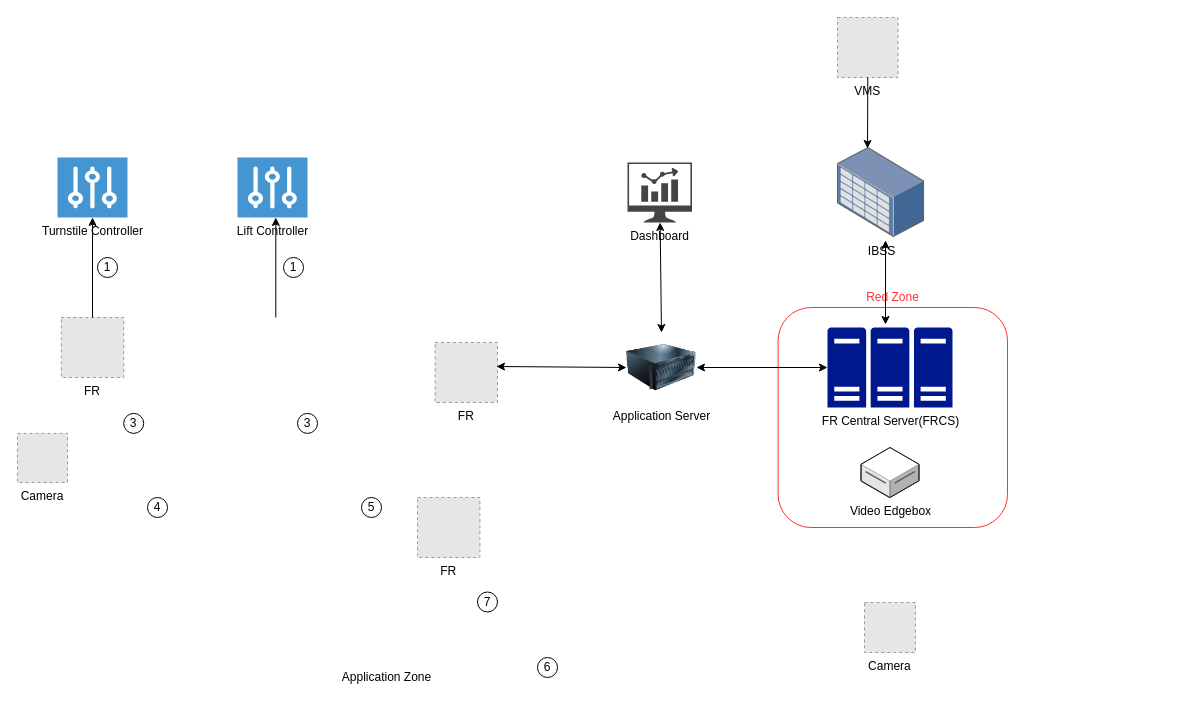
Above: MAS_framework_dataflow.drawio in frankyzf/drawio (draw.io), before the change. Source tidied: cells renumbered, new cells numbered last; positions are measured from the earlier drawing's top-left corner, leaving out a move shared by most shapes. Both pictures are drawn from the tidied source at 100%, with x=0, y=0 at pixel (17, 17). Pictures stored in the file or linked from it are replaced by grey dashed boxes.
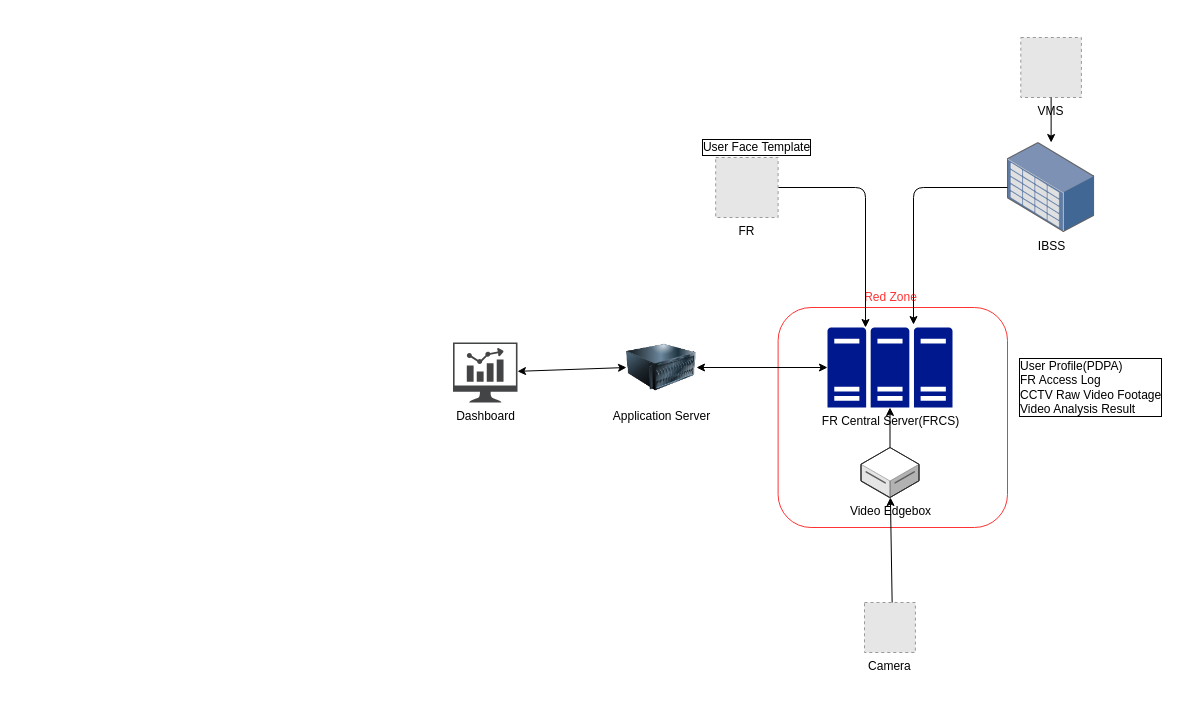
Above is the later version.

The change refers to these unchanged cells:
```xml
<mxCell id="11" value="FR Central Server(FRCS)" style="shadow=0;dashed=0;html=1;strokeColor=none;labelPosition=center;verticalLabelPosition=bottom;verticalAlign=top;align=center;fillColor=#00188D;shape=mxgraph.mscae.enterprise.server_farm;" parent="1" vertex="1">
  <mxGeometry x="810" y="310" width="125" height="80" as="geometry" />
</mxCell>
<mxCell id="14" value="Video Edgebox" style="verticalLabelPosition=bottom;html=1;verticalAlign=top;strokeWidth=1;align=center;outlineConnect=0;dashed=0;outlineConnect=0;shape=mxgraph.aws3d.dataServer;strokeColor=#5E5E5E;" parent="1" vertex="1">
  <mxGeometry x="843.5" y="430" width="58" height="50" as="geometry" />
</mxCell>
<mxCell id="17" value="Application Server" style="image;html=1;labelBackgroundColor=#ffffff;image=img/lib/clip_art/computers/Server_128x128.png;" parent="1" vertex="1">
  <mxGeometry x="609" y="315" width="70" height="70" as="geometry" />
</mxCell>
```

What changed in the source:
```diff
@@
-    <mxCell id="3" value="Lift Controller" style="shadow=0;dashed=0;html=1;strokeColor=none;fillColor=#4495D1;labelPosition=center;verticalLabelPosition=bottom;verticalAlign=top;align=center;shape=mxgraph.veeam.controller;" parent="1" vertex="1">
-      <mxGeometry x="220" y="140" width="70" height="60" as="geometry" />
-    </mxCell>
-    <mxCell id="4" value="Turnstile Controller" style="shadow=0;dashed=0;html=1;strokeColor=none;fillColor=#4495D1;labelPosition=center;verticalLabelPosition=bottom;verticalAlign=top;align=center;outlineConnect=0;shape=mxgraph.veeam.controller;" parent="1" vertex="1">
-      <mxGeometry x="40" y="140" width="70" height="60" as="geometry" />
-    </mxCell>
-    <mxCell id="5" value="FR" style="fillColor=#E6E6E6;strokeColor=#999999;dashed=1;verticalLabelPosition=bottom;labelBackgroundColor=#ffffff;verticalAlign=top;" parent="1" vertex="1">
-      <mxGeometry x="43.8" y="300" width="62.4" height="60" as="geometry" />
-    </mxCell>
-    <mxCell id="6" value="FR" style="fillColor=#E6E6E6;strokeColor=#999999;dashed=1;verticalLabelPosition=bottom;labelBackgroundColor=#ffffff;verticalAlign=top;" parent="1" vertex="1">
-      <mxGeometry x="417.6" y="325" width="62.4" height="60" as="geometry" />
-    </mxCell>
-    <mxCell id="7" value="FR" style="fillColor=#E6E6E6;strokeColor=#999999;dashed=1;verticalLabelPosition=bottom;labelBackgroundColor=#ffffff;verticalAlign=top;" parent="1" vertex="1">
-      <mxGeometry x="400" y="480" width="62.4" height="60" as="geometry" />
-    </mxCell>
     <mxCell id="8" value="IBSS" style="points=[];html=1;align=center;shadow=0;dashed=0;image;image=img/lib/allied_telesis/storage/Datacenter_Server_Storage_Unit_Large.svg;" parent="1" vertex="1">
-      <mxGeometry x="820" y="130" width="87.3" height="90" as="geometry" />
+      <mxGeometry x="990" y="125" width="87.3" height="90" as="geometry" />
     </mxCell>
-    <mxCell id="9" style="endArrow=classic;html=1;exitX=0.5;exitY=0;exitDx=0;exitDy=0;" parent="1" edge="1" source="5" target="4">
+    <mxCell id="9" style="endArrow=classic;html=1;entryX=0.5;entryY=1;entryDx=0;entryDy=0;entryPerimeter=0;" parent="1" edge="1" source="14" target="11">
       <mxGeometry relative="1" as="geometry" />
     </mxCell>
-    <mxCell id="10" style="endArrow=classic;html=1;exitX=0.5;exitY=0;exitDx=0;exitDy=0;" parent="1" edge="1">
+    <mxCell id="10" style="endArrow=classic;html=1;exitX=0.5;exitY=0;exitDx=0;exitDy=0;" parent="1" edge="1" target="14">
       <mxGeometry relative="1" as="geometry">
-        <mxPoint x="258.3" y="300" as="sourcePoint" />
-        <mxPoint x="258.3" y="200" as="targetPoint" />
+        <mxPoint x="874.8" y="594.5" as="sourcePoint" />
       </mxGeometry>
     </mxCell>
@@
-    <mxCell id="12" value="Camera" style="fillColor=#E6E6E6;strokeColor=#999999;dashed=1;verticalLabelPosition=bottom;labelBackgroundColor=#ffffff;verticalAlign=top;" parent="1" vertex="1">
-      <mxGeometry y="415.9" width="50" height="49.1" as="geometry" />
-    </mxCell>
@@
     <mxCell id="15" value="VMS" style="fillColor=#E6E6E6;strokeColor=#999999;dashed=1;verticalLabelPosition=bottom;labelBackgroundColor=#ffffff;verticalAlign=top;" parent="1" vertex="1">
-      <mxGeometry x="820" width="60.6" height="60" as="geometry" />
+      <mxGeometry x="1003.3" y="20" width="60.6" height="60" as="geometry" />
     </mxCell>
-    <mxCell id="16" style="endArrow=classic;html=1;exitX=0.5;exitY=1;exitDx=0;exitDy=0;entryX=0.344;entryY=0.011;entryDx=0;entryDy=0;entryPerimeter=0;" parent="1" edge="1" source="15" target="8">
+    <mxCell id="16" style="endArrow=classic;html=1;" parent="1" edge="1" source="15" target="8">
       <mxGeometry relative="1" as="geometry" />
     </mxCell>
@@
     <mxCell id="19" value="Dashboard" style="shadow=0;dashed=0;html=1;strokeColor=none;fillColor=#434445;labelPosition=center;verticalLabelPosition=bottom;verticalAlign=top;align=center;outlineConnect=0;shape=mxgraph.vvd.nsx_dashboard;" parent="1" vertex="1">
-      <mxGeometry x="610" y="145" width="64.5" height="60" as="geometry" />
+      <mxGeometry x="435.5" y="325" width="64.5" height="60" as="geometry" />
     </mxCell>
     <mxCell id="20" value="Red Zone" style="text;html=1;align=center;verticalAlign=middle;fontColor=#FF3333;" parent="1" vertex="1">
-      <mxGeometry x="840.3" y="270" width="70" height="20" as="geometry" />
+      <mxGeometry x="837.5" y="270" width="70" height="20" as="geometry" />
     </mxCell>
-    <mxCell id="21" value="Application Zone" style="text;html=1;align=center;verticalAlign=middle;" parent="1" vertex="1">
-      <mxGeometry x="318.6" y="650" width="100" height="20" as="geometry" />
-    </mxCell>
-    <mxCell id="22" value="1" style="ellipse;whiteSpace=wrap;html=1;fontColor=#000000;" parent="1" vertex="1">
-      <mxGeometry x="80" y="240" width="20" height="20" as="geometry" />
-    </mxCell>
-    <mxCell id="23" value="1" style="ellipse;whiteSpace=wrap;html=1;fontColor=#000000;" parent="1" vertex="1">
-      <mxGeometry x="266" y="240" width="20" height="20" as="geometry" />
-    </mxCell>
-    <mxCell id="24" value="3" style="ellipse;whiteSpace=wrap;html=1;fontColor=#000000;" parent="1" vertex="1">
-      <mxGeometry x="106.2" y="395.9" width="20" height="20" as="geometry" />
-    </mxCell>
-    <mxCell id="25" value="7" style="ellipse;whiteSpace=wrap;html=1;fontColor=#000000;" parent="1" vertex="1">
-      <mxGeometry x="460" y="574.5" width="20" height="20" as="geometry" />
-    </mxCell>
-    <mxCell id="26" value="6" style="ellipse;whiteSpace=wrap;html=1;fontColor=#000000;" parent="1" vertex="1">
-      <mxGeometry x="520" y="640" width="20" height="20" as="geometry" />
-    </mxCell>
-    <mxCell id="27" value="4" style="ellipse;whiteSpace=wrap;html=1;fontColor=#000000;" parent="1" vertex="1">
-      <mxGeometry x="130" y="480" width="20" height="20" as="geometry" />
-    </mxCell>
-    <mxCell id="28" value="5" style="ellipse;whiteSpace=wrap;html=1;fontColor=#000000;" parent="1" vertex="1">
-      <mxGeometry x="344" y="480" width="20" height="20" as="geometry" />
-    </mxCell>
-    <mxCell id="29" value="3" style="ellipse;whiteSpace=wrap;html=1;fontColor=#000000;" parent="1" vertex="1">
-      <mxGeometry x="280" y="395.9" width="20" height="20" as="geometry" />
-    </mxCell>
-    <mxCell id="30" style="endArrow=classic;startArrow=classic;html=1;exitX=0.5;exitY=0;exitDx=0;exitDy=0;" parent="1" edge="1" source="17" target="19">
+    <mxCell id="30" style="endArrow=classic;startArrow=classic;html=1;exitX=0;exitY=0.5;exitDx=0;exitDy=0;" parent="1" edge="1" source="17" target="19">
       <mxGeometry relative="1" as="geometry" />
     </mxCell>
-    <mxCell id="31" style="endArrow=classic;startArrow=classic;html=1;entryX=0.55;entryY=1.033;entryDx=0;entryDy=0;entryPerimeter=0;" parent="1" edge="1" target="8">
-      <mxGeometry relative="1" as="geometry">
-        <mxPoint x="868" y="307" as="sourcePoint" />
-      </mxGeometry>
-    </mxCell>
-    <mxCell id="32" style="endArrow=classic;startArrow=classic;html=1;entryX=0;entryY=0.5;entryDx=0;entryDy=0;exitX=0.984;exitY=0.4;exitDx=0;exitDy=0;exitPerimeter=0;" parent="1" edge="1" source="6" target="17">
-      <mxGeometry relative="1" as="geometry" />
-    </mxCell>
+    <mxCell id="33" value="User Profile(PDPA)&lt;br&gt;FR Access Log&lt;br&gt;CCTV Raw Video Footage&lt;br&gt;Video Analysis Result" style="text;html=1;align=left;verticalAlign=middle;labelBorderColor=#000000;" parent="1" vertex="1">
+      <mxGeometry x="1000" y="340" width="160" height="60" as="geometry" />
+    </mxCell>
+    <mxCell id="34" value="User Face Template" style="text;html=1;align=center;verticalAlign=middle;labelBorderColor=#000000;" parent="1" vertex="1">
+      <mxGeometry x="679" y="120" width="120" height="20" as="geometry" />
+    </mxCell>
+    <mxCell id="35" style="edgeStyle=segmentEdgeStyle;endArrow=classic;html=1;fontColor=#000000;entryX=0.688;entryY=-0.037;entryDx=0;entryDy=0;entryPerimeter=0;" parent="1" edge="1" source="8" target="11">
+      <mxGeometry relative="1" as="geometry" />
+    </mxCell>
+    <mxCell id="36" style="edgeStyle=segmentEdgeStyle;endArrow=classic;html=1;fontColor=#000000;entryX=0.304;entryY=0;entryDx=0;entryDy=0;entryPerimeter=0;" parent="1" edge="1" source="6" target="11">
+      <mxGeometry relative="1" as="geometry">
+        <Array as="points">
+          <mxPoint x="848" y="170" />
+        </Array>
+      </mxGeometry>
+    </mxCell>
+    <mxCell id="6" value="FR" style="fillColor=#E6E6E6;strokeColor=#999999;dashed=1;verticalLabelPosition=bottom;labelBackgroundColor=#ffffff;verticalAlign=top;" parent="1" vertex="1">
+      <mxGeometry x="698.2" y="140" width="62.4" height="60" as="geometry" />
+    </mxCell>
+    <mxCell id="37" style="edgeStyle=segmentEdgeStyle;endArrow=classic;html=1;fontColor=#000000;" parent="1" edge="1" target="6">
+      <mxGeometry relative="1" as="geometry">
+        <mxPoint x="725" y="170" as="sourcePoint" />
+      </mxGeometry>
+    </mxCell>
```
